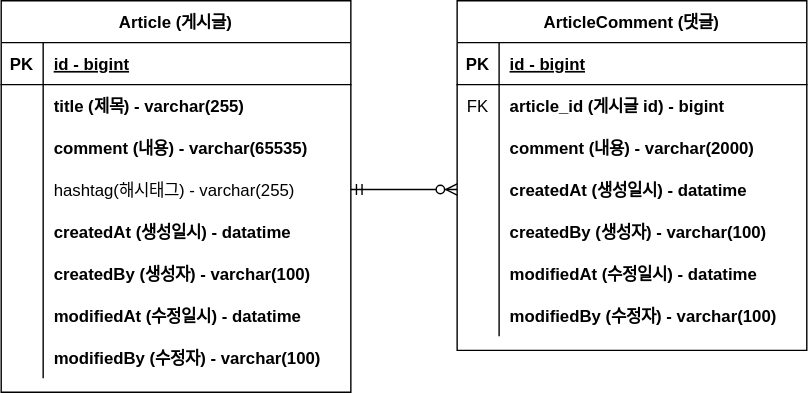
This is document/project-board-erd.svg from taehyeon0/board, a draw.io export, as it was before one commit. Source tidied: cells renumbered, new cells last; positions are measured from the earlier drawing's top-left corner, leaving out a move shared by most shapes.
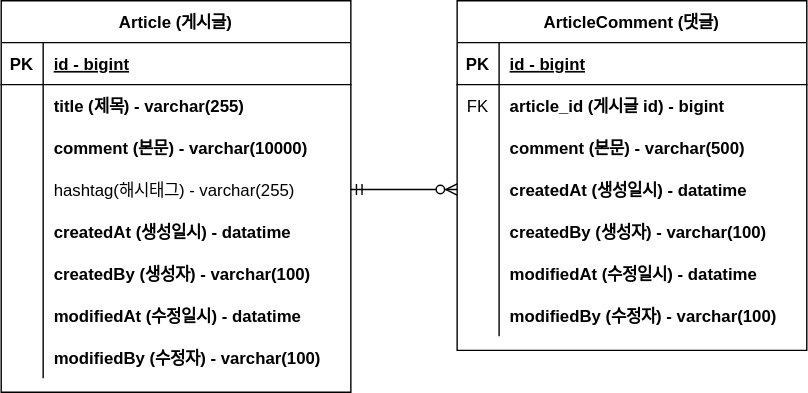
The same diagram one commit later.

Commit message:
#10 - erd 업데이트: content 사이즈 변경

What changed in the source:
```diff
@@ -29,7 +29,7 @@
     <mxCell id="10" style="shape=partialRectangle;overflow=hidden;fillColor=none;top=0;left=0;bottom=0;right=0;" parent="9" vertex="1">
       <mxGeometry width="30" height="30" as="geometry" />
     </mxCell>
-    <mxCell id="11" value="comment (내용) - varchar(65535)" style="shape=partialRectangle;overflow=hidden;fillColor=none;top=0;left=0;bottom=0;right=0;align=left;spacingLeft=6;fontStyle=1;" parent="9" vertex="1">
+    <mxCell id="11" value="comment (본문) - varchar(10000)" style="shape=partialRectangle;overflow=hidden;fillColor=none;top=0;left=0;bottom=0;right=0;align=left;spacingLeft=6;fontStyle=1;" parent="9" vertex="1">
       <mxGeometry x="30" width="220" height="30" as="geometry" />
     </mxCell>
     <mxCell id="12" style="shape=partialRectangle;fillColor=none;points=[[0,0.5],[1,0.5]];portConstraint=eastwest;top=0;left=0;right=0;bottom=0;" parent="2" vertex="1">
@@ -104,7 +104,7 @@
     <mxCell id="35" style="shape=partialRectangle;overflow=hidden;fillColor=none;top=0;left=0;bottom=0;right=0;" parent="34" vertex="1">
       <mxGeometry width="30" height="30" as="geometry" />
     </mxCell>
-    <mxCell id="36" value="comment (내용) - varchar(2000)" style="shape=partialRectangle;overflow=hidden;fillColor=none;top=0;left=0;bottom=0;right=0;align=left;spacingLeft=6;fontStyle=1;" parent="34" vertex="1">
+    <mxCell id="36" value="comment (본문) - varchar(500)" style="shape=partialRectangle;overflow=hidden;fillColor=none;top=0;left=0;bottom=0;right=0;align=left;spacingLeft=6;fontStyle=1;" parent="34" vertex="1">
       <mxGeometry x="30" width="220" height="30" as="geometry" />
     </mxCell>
     <mxCell id="37" style="shape=partialRectangle;fillColor=none;points=[[0,0.5],[1,0.5]];portConstraint=eastwest;top=0;left=0;right=0;bottom=0;" parent="27" vertex="1">
```
